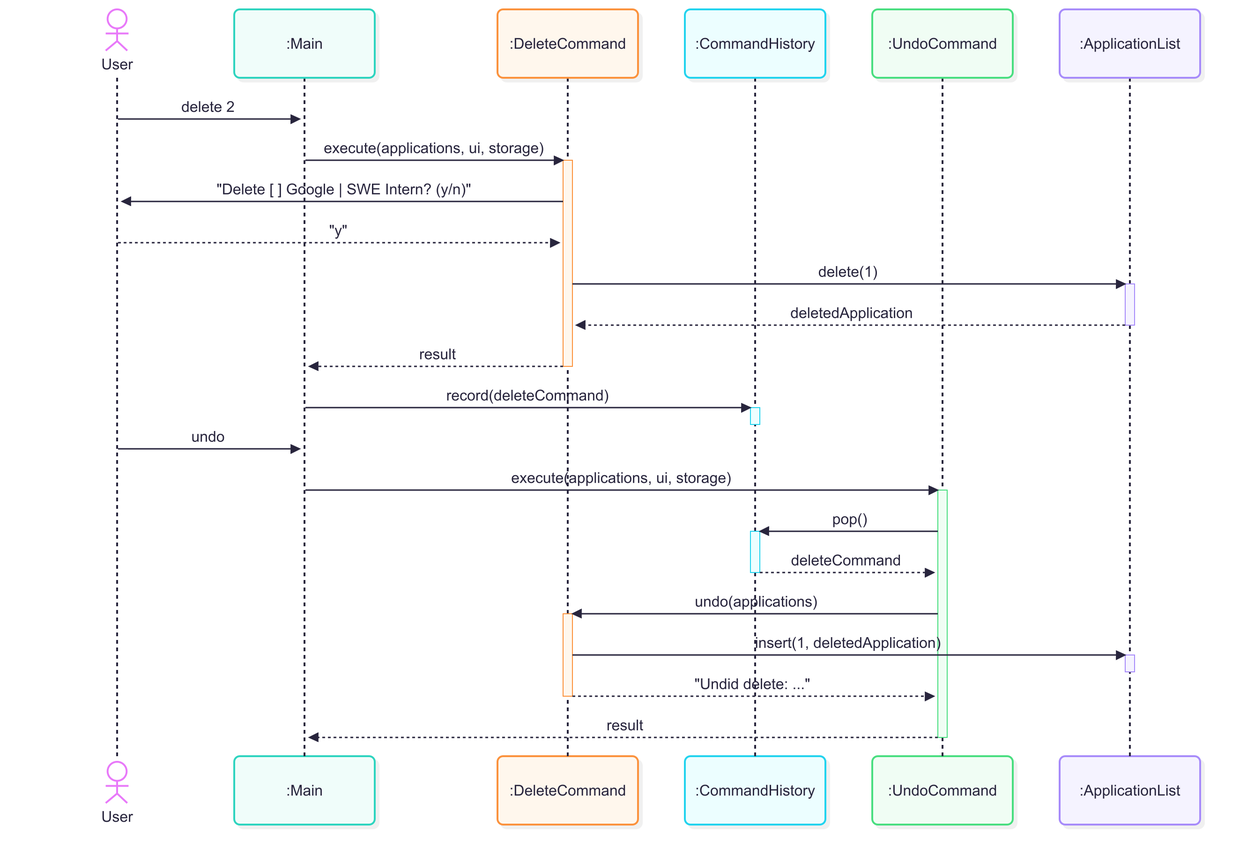
Above: docs/diagrams/delete-confirmation-undo-sequence.png in AY2627S1-CS2113-T10-2/tp (Mermaid), before the change. Its source is kept beside it as docs/diagrams/sources/delete-confirmation-undo-sequence.mmd. Source of this version:
```mermaid
sequenceDiagram
    actor user as User
    participant main as :Main
    participant del as :DeleteCommand
    participant history as :CommandHistory
    participant undo as :UndoCommand
    participant list as :ApplicationList

    user->>main: delete 2
    main->>del: execute(applications, ui, storage)
    activate del
    del->>user: "Delete [ ] Google | SWE Intern? (y/n)"
    user-->>del: "y"
    del->>list: delete(1)
    activate list
    list-->>del: deletedApplication
    deactivate list
    del-->>main: result
    deactivate del
    main->>history: record(deleteCommand)
    activate history
    deactivate history

    user->>main: undo
    main->>undo: execute(applications, ui, storage)
    activate undo
    undo->>history: pop()
    activate history
    history-->>undo: deleteCommand
    deactivate history
    undo->>del: undo(applications)
    activate del
    del->>list: insert(1, deletedApplication)
    activate list
    deactivate list
    del-->>undo: "Undid delete: ..."
    deactivate del
    undo-->>main: result
    deactivate undo
```
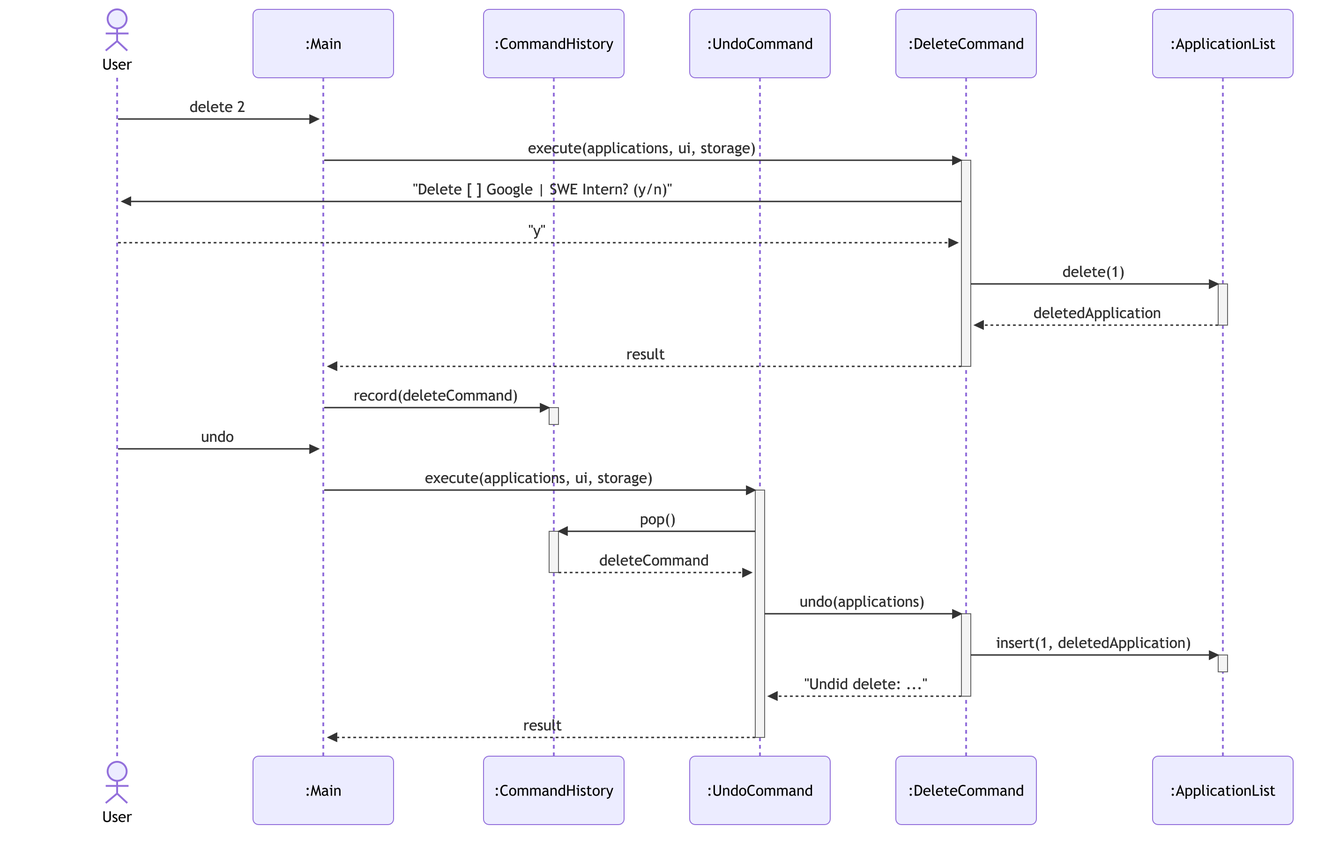
Above is the later version.

The edit, as a diff of the source:
```diff
@@ -1,9 +1,10 @@
+%%{init: {'theme': 'default', 'sequence': {'actorMargin': 70, 'messageMargin': 45}}}%%
 sequenceDiagram
     actor user as User
     participant main as :Main
-    participant del as :DeleteCommand
     participant history as :CommandHistory
     participant undo as :UndoCommand
+    participant del as :DeleteCommand
     participant list as :ApplicationList
 
     user->>main: delete 2
```
